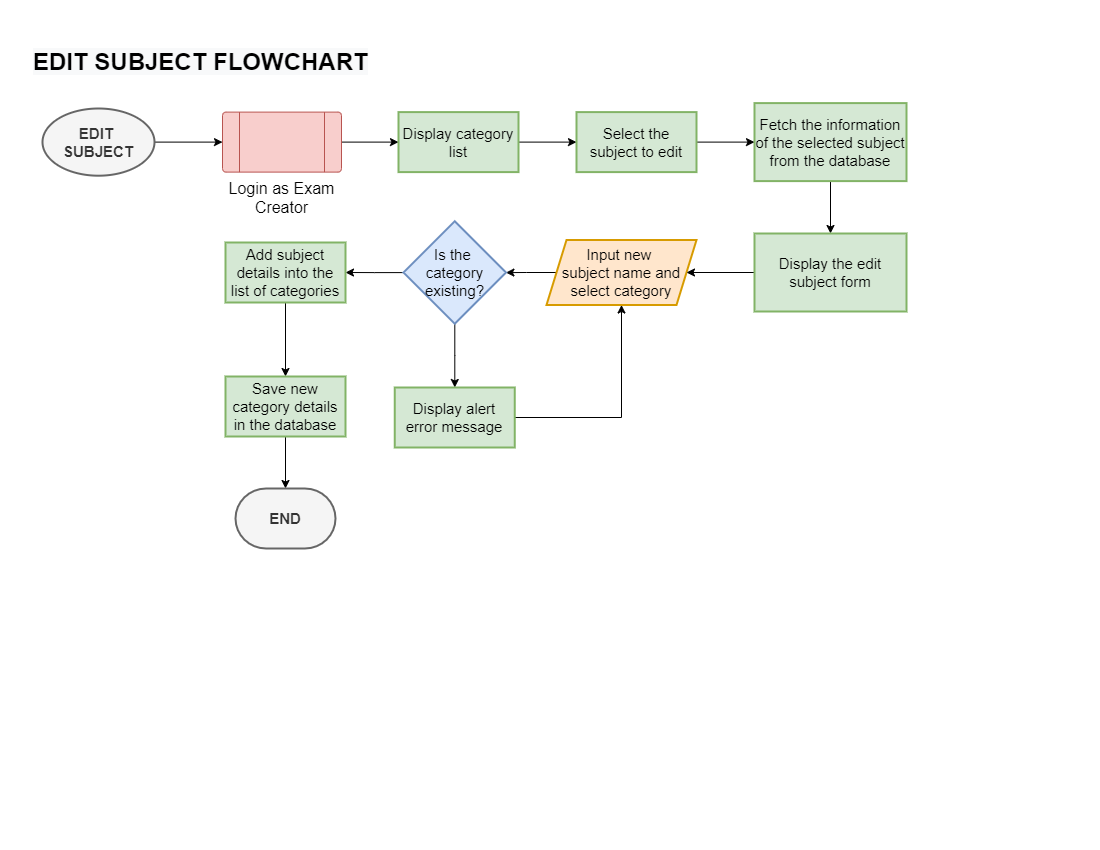
Above: Gallardo/OnlineExam/online exam flowcharts/exam creator/Online exam flowchart-EDIT SUBJECT FLOWCHART.drawio.png in walteribloguintoledo/PUP2022 (draw.io), before the change. Source tidied: cells renumbered, new cells last; positions are measured from the earlier drawing's top-left corner, leaving out a move shared by most shapes. Source of this version:
```xml
<mxGraphModel>
  <root>
    <mxCell id="0" />
    <mxCell id="1" parent="0" />
    <mxCell id="2" style="edgeStyle=orthogonalEdgeStyle;rounded=0;jettySize=auto;html=1;fontSize=16;" parent="1" edge="1" source="3" target="5">
      <mxGeometry relative="1" as="geometry" />
    </mxCell>
    <mxCell id="3" value="&lt;b&gt;EDIT &lt;br&gt;SUBJECT&lt;/b&gt;" style="strokeWidth=2;html=1;shape=mxgraph.flowchart.start_1;whiteSpace=wrap;fontSize=15;fillColor=#f5f5f5;fontColor=#333333;strokeColor=#666666;" parent="1" vertex="1">
      <mxGeometry x="11" y="67" width="112" height="67.2" as="geometry" />
    </mxCell>
    <mxCell id="4" style="edgeStyle=orthogonalEdgeStyle;rounded=0;jettySize=auto;html=1;fontSize=16;" parent="1" edge="1" source="5" target="8">
      <mxGeometry relative="1" as="geometry" />
    </mxCell>
    <mxCell id="5" value="&lt;font style=&quot;font-size: 16px;&quot;&gt;Login as Exam Creator&lt;/font&gt;" style="verticalLabelPosition=bottom;verticalAlign=top;html=1;shape=process;whiteSpace=wrap;rounded=1;size=0.14;arcSize=6;fontSize=14;fillColor=#f8cecc;strokeColor=#b85450;" parent="1" vertex="1">
      <mxGeometry x="191" y="70.6" width="119" height="60" as="geometry" />
    </mxCell>
    <mxCell id="6" value="&lt;span style=&quot;color: rgb(0, 0, 0); font-family: Helvetica; font-size: 24px; font-style: normal; font-variant-ligatures: normal; font-variant-caps: normal; font-weight: 700; letter-spacing: normal; orphans: 2; text-align: center; text-indent: 0px; text-transform: none; widows: 2; word-spacing: 0px; -webkit-text-stroke-width: 0px; background-color: rgb(248, 249, 250); text-decoration-thickness: initial; text-decoration-style: initial; text-decoration-color: initial; float: none; display: inline !important;&quot;&gt;EDIT SUBJECT FLOWCHART&lt;/span&gt;" style="text;whiteSpace=wrap;html=1;fontSize=16;" parent="1" vertex="1">
      <mxGeometry width="367" height="36" as="geometry" />
    </mxCell>
    <mxCell id="7" style="edgeStyle=orthogonalEdgeStyle;rounded=0;jettySize=auto;html=1;fontSize=16;entryX=0;entryY=0.5;entryDx=0;entryDy=0;" parent="1" edge="1" source="8" target="10">
      <mxGeometry relative="1" as="geometry" />
    </mxCell>
    <mxCell id="8" value="Display category list" style="whiteSpace=wrap;html=1;fontSize=15;fillColor=#d5e8d4;strokeColor=#82b366;strokeWidth=2;" parent="1" vertex="1">
      <mxGeometry x="367" y="70.6" width="120" height="60" as="geometry" />
    </mxCell>
    <mxCell id="9" style="edgeStyle=orthogonalEdgeStyle;rounded=0;jettySize=auto;html=1;fontSize=16;" parent="1" edge="1" source="10" target="14">
      <mxGeometry relative="1" as="geometry" />
    </mxCell>
    <mxCell id="10" value="Select the subject to edit" style="whiteSpace=wrap;html=1;fontSize=15;fillColor=#d5e8d4;strokeColor=#82b366;strokeWidth=2;" parent="1" vertex="1">
      <mxGeometry x="545" y="70.6" width="120" height="60" as="geometry" />
    </mxCell>
    <mxCell id="11" style="edgeStyle=orthogonalEdgeStyle;rounded=0;jettySize=auto;html=1;fontSize=16;" parent="1" edge="1" source="12" target="19">
      <mxGeometry relative="1" as="geometry" />
    </mxCell>
    <mxCell id="12" value="Input new &lt;br&gt;subject name and select category" style="shape=parallelogram;perimeter=parallelogramPerimeter;whiteSpace=wrap;html=1;fixedSize=1;fontSize=15;fillColor=#ffe6cc;strokeColor=#d79b00;strokeWidth=2;" parent="1" vertex="1">
      <mxGeometry x="515" y="198.5" width="150" height="65" as="geometry" />
    </mxCell>
    <mxCell id="13" style="edgeStyle=orthogonalEdgeStyle;rounded=0;jettySize=auto;html=1;fontSize=16;" parent="1" edge="1" source="14" target="16">
      <mxGeometry relative="1" as="geometry" />
    </mxCell>
    <mxCell id="14" value="Fetch the information of the selected subject from the database" style="whiteSpace=wrap;html=1;fontSize=15;fillColor=#d5e8d4;strokeColor=#82b366;strokeWidth=2;" parent="1" vertex="1">
      <mxGeometry x="723" y="61.6" width="152" height="78" as="geometry" />
    </mxCell>
    <mxCell id="15" style="edgeStyle=orthogonalEdgeStyle;rounded=0;jettySize=auto;html=1;fontSize=16;" parent="1" edge="1" source="16" target="12">
      <mxGeometry relative="1" as="geometry" />
    </mxCell>
    <mxCell id="16" value="Display the edit subject form" style="whiteSpace=wrap;html=1;fontSize=15;fillColor=#d5e8d4;strokeColor=#82b366;strokeWidth=2;" parent="1" vertex="1">
      <mxGeometry x="723" y="192" width="152" height="78" as="geometry" />
    </mxCell>
    <mxCell id="17" style="edgeStyle=orthogonalEdgeStyle;rounded=0;jettySize=auto;html=1;fontSize=16;" parent="1" edge="1" source="19" target="21">
      <mxGeometry relative="1" as="geometry" />
    </mxCell>
    <mxCell id="18" style="edgeStyle=orthogonalEdgeStyle;rounded=0;jettySize=auto;html=1;fontSize=16;" parent="1" edge="1" source="19" target="23">
      <mxGeometry relative="1" as="geometry" />
    </mxCell>
    <mxCell id="19" value="Is the &lt;br&gt;category existing?" style="rhombus;whiteSpace=wrap;html=1;fontSize=15;fillColor=#dae8fc;strokeColor=#6c8ebf;strokeWidth=2;" parent="1" vertex="1">
      <mxGeometry x="372" y="179.8" width="102.5" height="102.5" as="geometry" />
    </mxCell>
    <mxCell id="20" style="edgeStyle=orthogonalEdgeStyle;rounded=0;jettySize=auto;html=1;entryX=0.5;entryY=1;entryDx=0;entryDy=0;fontSize=16;" parent="1" edge="1" source="21" target="12">
      <mxGeometry relative="1" as="geometry" />
    </mxCell>
    <mxCell id="21" value="Display alert error message" style="whiteSpace=wrap;html=1;fontSize=15;fillColor=#d5e8d4;strokeColor=#82b366;strokeWidth=2;" parent="1" vertex="1">
      <mxGeometry x="363.2" y="346" width="120" height="60" as="geometry" />
    </mxCell>
    <mxCell id="22" style="edgeStyle=orthogonalEdgeStyle;rounded=0;jettySize=auto;html=1;fontSize=16;" parent="1" edge="1" source="23" target="25">
      <mxGeometry relative="1" as="geometry" />
    </mxCell>
    <mxCell id="23" value="Add subject details into the list of categories" style="whiteSpace=wrap;html=1;fontSize=15;fillColor=#d5e8d4;strokeColor=#82b366;strokeWidth=2;" parent="1" vertex="1">
      <mxGeometry x="194" y="201" width="120" height="60" as="geometry" />
    </mxCell>
    <mxCell id="24" style="edgeStyle=orthogonalEdgeStyle;rounded=0;jettySize=auto;html=1;fontSize=16;" parent="1" edge="1" source="25" target="26">
      <mxGeometry relative="1" as="geometry" />
    </mxCell>
    <mxCell id="25" value="Save new category details in the database" style="whiteSpace=wrap;html=1;fontSize=15;fillColor=#d5e8d4;strokeColor=#82b366;strokeWidth=2;" parent="1" vertex="1">
      <mxGeometry x="194" y="335" width="120" height="60" as="geometry" />
    </mxCell>
    <mxCell id="26" value="&lt;b&gt;END&lt;/b&gt;" style="strokeWidth=2;html=1;shape=mxgraph.flowchart.terminator;whiteSpace=wrap;fontSize=15;fillColor=#f5f5f5;fontColor=#333333;strokeColor=#666666;" parent="1" vertex="1">
      <mxGeometry x="204" y="447" width="100" height="60" as="geometry" />
    </mxCell>
  </root>
</mxGraphModel>
```
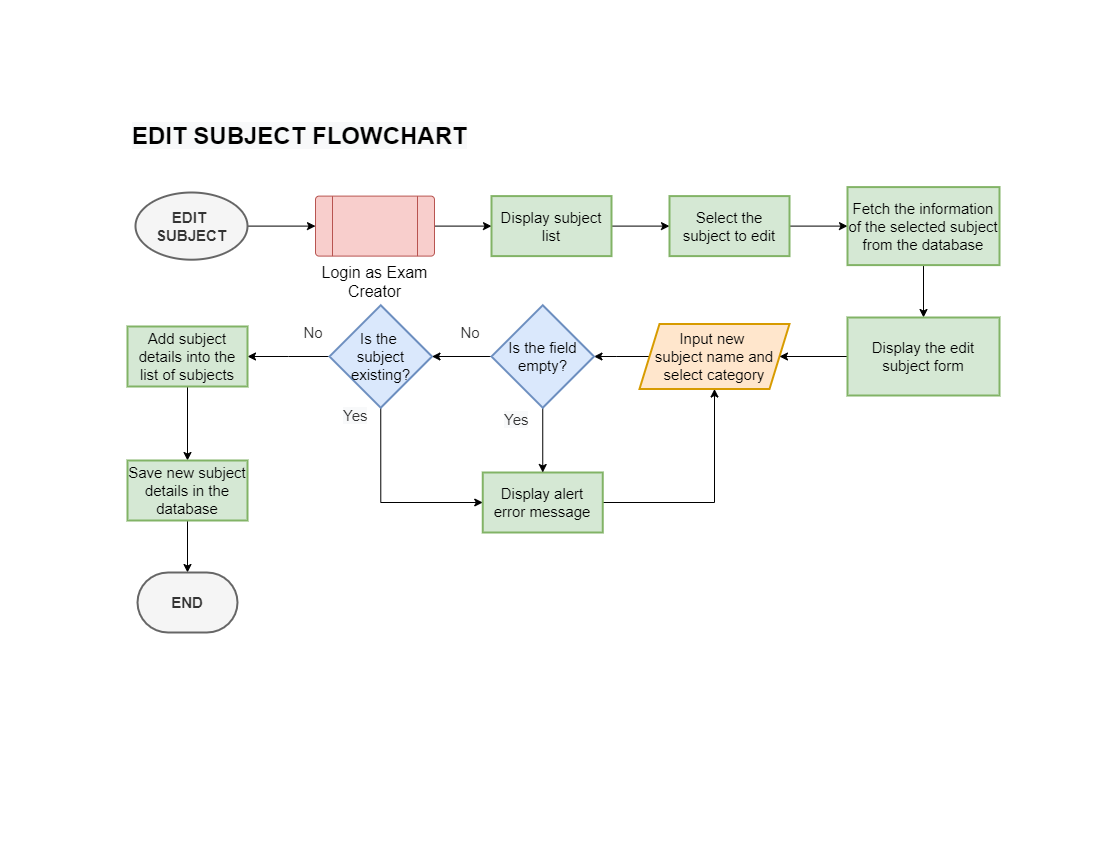
Above is the later version.

What changed in the source:
```diff
@@ -15,12 +15,12 @@
       <mxGeometry x="191" y="70.6" width="119" height="60" as="geometry" />
     </mxCell>
     <mxCell id="6" value="&lt;span style=&quot;color: rgb(0, 0, 0); font-family: Helvetica; font-size: 24px; font-style: normal; font-variant-ligatures: normal; font-variant-caps: normal; font-weight: 700; letter-spacing: normal; orphans: 2; text-align: center; text-indent: 0px; text-transform: none; widows: 2; word-spacing: 0px; -webkit-text-stroke-width: 0px; background-color: rgb(248, 249, 250); text-decoration-thickness: initial; text-decoration-style: initial; text-decoration-color: initial; float: none; display: inline !important;&quot;&gt;EDIT SUBJECT FLOWCHART&lt;/span&gt;" style="text;whiteSpace=wrap;html=1;fontSize=16;" parent="1" vertex="1">
-      <mxGeometry width="367" height="36" as="geometry" />
+      <mxGeometry x="5.5" y="-10" width="367" height="36" as="geometry" />
     </mxCell>
     <mxCell id="7" style="edgeStyle=orthogonalEdgeStyle;rounded=0;jettySize=auto;html=1;fontSize=16;entryX=0;entryY=0.5;entryDx=0;entryDy=0;" parent="1" edge="1" source="8" target="10">
       <mxGeometry relative="1" as="geometry" />
     </mxCell>
-    <mxCell id="8" value="Display category list" style="whiteSpace=wrap;html=1;fontSize=15;fillColor=#d5e8d4;strokeColor=#82b366;strokeWidth=2;" parent="1" vertex="1">
+    <mxCell id="8" value="Display subject list" style="whiteSpace=wrap;html=1;fontSize=15;fillColor=#d5e8d4;strokeColor=#82b366;strokeWidth=2;" parent="1" vertex="1">
       <mxGeometry x="367" y="70.6" width="120" height="60" as="geometry" />
     </mxCell>
     <mxCell id="9" style="edgeStyle=orthogonalEdgeStyle;rounded=0;jettySize=auto;html=1;fontSize=16;" parent="1" edge="1" source="10" target="14">
@@ -29,9 +29,9 @@
     <mxCell id="10" value="Select the subject to edit" style="whiteSpace=wrap;html=1;fontSize=15;fillColor=#d5e8d4;strokeColor=#82b366;strokeWidth=2;" parent="1" vertex="1">
       <mxGeometry x="545" y="70.6" width="120" height="60" as="geometry" />
     </mxCell>
-    <mxCell id="11" style="edgeStyle=orthogonalEdgeStyle;rounded=0;jettySize=auto;html=1;fontSize=16;" parent="1" edge="1" source="12" target="19">
-      <mxGeometry relative="1" as="geometry" />
-    </mxCell>
+    <mxCell id="27" style="edgeStyle=orthogonalEdgeStyle;rounded=0;jettySize=auto;html=1;" parent="1" edge="1" source="12" target="30">
+      <mxGeometry relative="1" as="geometry" />
+    </mxCell>
     <mxCell id="12" value="Input new &lt;br&gt;subject name and select category" style="shape=parallelogram;perimeter=parallelogramPerimeter;whiteSpace=wrap;html=1;fixedSize=1;fontSize=15;fillColor=#ffe6cc;strokeColor=#d79b00;strokeWidth=2;" parent="1" vertex="1">
       <mxGeometry x="515" y="198.5" width="150" height="65" as="geometry" />
     </mxCell>
@@ -47,35 +47,56 @@
     <mxCell id="16" value="Display the edit subject form" style="whiteSpace=wrap;html=1;fontSize=15;fillColor=#d5e8d4;strokeColor=#82b366;strokeWidth=2;" parent="1" vertex="1">
       <mxGeometry x="723" y="192" width="152" height="78" as="geometry" />
     </mxCell>
+    <mxCell id="18" style="edgeStyle=orthogonalEdgeStyle;rounded=0;jettySize=auto;html=1;" parent="1" edge="1" source="19" target="23">
+      <mxGeometry relative="1" as="geometry" />
+    </mxCell>
-    <mxCell id="17" style="edgeStyle=orthogonalEdgeStyle;rounded=0;jettySize=auto;html=1;fontSize=16;" parent="1" edge="1" source="19" target="21">
+    <mxCell id="17" style="edgeStyle=orthogonalEdgeStyle;rounded=0;jettySize=auto;html=1;exitX=0.5;exitY=1;exitDx=0;exitDy=0;entryX=0;entryY=0.5;entryDx=0;entryDy=0;" parent="1" edge="1" source="19" target="21">
       <mxGeometry relative="1" as="geometry" />
     </mxCell>
-    <mxCell id="18" style="edgeStyle=orthogonalEdgeStyle;rounded=0;jettySize=auto;html=1;fontSize=16;" parent="1" edge="1" source="19" target="23">
-      <mxGeometry relative="1" as="geometry" />
-    </mxCell>
-    <mxCell id="19" value="Is the &lt;br&gt;category existing?" style="rhombus;whiteSpace=wrap;html=1;fontSize=15;fillColor=#dae8fc;strokeColor=#6c8ebf;strokeWidth=2;" parent="1" vertex="1">
-      <mxGeometry x="372" y="179.8" width="102.5" height="102.5" as="geometry" />
+    <mxCell id="19" value="Is the &lt;br&gt;subject existing?" style="rhombus;whiteSpace=wrap;html=1;fontSize=15;fillColor=#dae8fc;strokeColor=#6c8ebf;strokeWidth=2;" parent="1" vertex="1">
+      <mxGeometry x="205" y="179.8" width="102.5" height="102.5" as="geometry" />
     </mxCell>
     <mxCell id="20" style="edgeStyle=orthogonalEdgeStyle;rounded=0;jettySize=auto;html=1;entryX=0.5;entryY=1;entryDx=0;entryDy=0;fontSize=16;" parent="1" edge="1" source="21" target="12">
       <mxGeometry relative="1" as="geometry" />
     </mxCell>
     <mxCell id="21" value="Display alert error message" style="whiteSpace=wrap;html=1;fontSize=15;fillColor=#d5e8d4;strokeColor=#82b366;strokeWidth=2;" parent="1" vertex="1">
-      <mxGeometry x="363.2" y="346" width="120" height="60" as="geometry" />
+      <mxGeometry x="358.2" y="347" width="120" height="60" as="geometry" />
     </mxCell>
     <mxCell id="22" style="edgeStyle=orthogonalEdgeStyle;rounded=0;jettySize=auto;html=1;fontSize=16;" parent="1" edge="1" source="23" target="25">
       <mxGeometry relative="1" as="geometry" />
     </mxCell>
-    <mxCell id="23" value="Add subject details into the list of categories" style="whiteSpace=wrap;html=1;fontSize=15;fillColor=#d5e8d4;strokeColor=#82b366;strokeWidth=2;" parent="1" vertex="1">
-      <mxGeometry x="194" y="201" width="120" height="60" as="geometry" />
+    <mxCell id="23" value="Add subject details into the list of subjects" style="whiteSpace=wrap;html=1;fontSize=15;fillColor=#d5e8d4;strokeColor=#82b366;strokeWidth=2;" parent="1" vertex="1">
+      <mxGeometry x="3" y="201" width="120" height="60" as="geometry" />
     </mxCell>
     <mxCell id="24" style="edgeStyle=orthogonalEdgeStyle;rounded=0;jettySize=auto;html=1;fontSize=16;" parent="1" edge="1" source="25" target="26">
       <mxGeometry relative="1" as="geometry" />
     </mxCell>
-    <mxCell id="25" value="Save new category details in the database" style="whiteSpace=wrap;html=1;fontSize=15;fillColor=#d5e8d4;strokeColor=#82b366;strokeWidth=2;" parent="1" vertex="1">
-      <mxGeometry x="194" y="335" width="120" height="60" as="geometry" />
+    <mxCell id="25" value="Save new subject details in the database" style="whiteSpace=wrap;html=1;fontSize=15;fillColor=#d5e8d4;strokeColor=#82b366;strokeWidth=2;" parent="1" vertex="1">
+      <mxGeometry x="3" y="335" width="120" height="60" as="geometry" />
     </mxCell>
     <mxCell id="26" value="&lt;b&gt;END&lt;/b&gt;" style="strokeWidth=2;html=1;shape=mxgraph.flowchart.terminator;whiteSpace=wrap;fontSize=15;fillColor=#f5f5f5;fontColor=#333333;strokeColor=#666666;" parent="1" vertex="1">
-      <mxGeometry x="204" y="447" width="100" height="60" as="geometry" />
+      <mxGeometry x="13" y="447" width="100" height="60" as="geometry" />
     </mxCell>
+    <mxCell id="28" style="edgeStyle=orthogonalEdgeStyle;rounded=0;jettySize=auto;html=1;" parent="1" edge="1" source="30" target="19">
+      <mxGeometry relative="1" as="geometry" />
+    </mxCell>
+    <mxCell id="29" style="edgeStyle=orthogonalEdgeStyle;rounded=0;jettySize=auto;html=1;exitX=0.5;exitY=1;exitDx=0;exitDy=0;entryX=0.5;entryY=0;entryDx=0;entryDy=0;" parent="1" edge="1" source="30" target="21">
+      <mxGeometry relative="1" as="geometry" />
+    </mxCell>
+    <mxCell id="30" value="&lt;span style=&quot;&quot;&gt;Is the field empty?&lt;/span&gt;" style="rhombus;whiteSpace=wrap;html=1;fontSize=15;fillColor=#dae8fc;strokeColor=#6c8ebf;strokeWidth=2;" parent="1" vertex="1">
+      <mxGeometry x="367" y="179.8" width="102.5" height="102.5" as="geometry" />
+    </mxCell>
+    <mxCell id="31" value="&lt;span style=&quot;color: rgb(51, 51, 51); font-family: Helvetica; font-size: 15px; font-style: normal; font-variant-ligatures: normal; font-variant-caps: normal; font-weight: 400; letter-spacing: normal; orphans: 2; text-align: center; text-indent: 0px; text-transform: none; widows: 2; word-spacing: 0px; -webkit-text-stroke-width: 0px; background-color: rgb(248, 249, 250); text-decoration-thickness: initial; text-decoration-style: initial; text-decoration-color: initial; float: none; display: inline !important;&quot;&gt;Yes&lt;/span&gt;" style="text;whiteSpace=wrap;html=1;fontSize=15;" parent="1" vertex="1">
+      <mxGeometry x="217" y="275" width="32" height="32" as="geometry" />
+    </mxCell>
+    <mxCell id="32" value="&lt;div style=&quot;&quot;&gt;&lt;span style=&quot;background-color: initial;&quot;&gt;&lt;font color=&quot;#333333&quot;&gt;No&lt;/font&gt;&lt;/span&gt;&lt;/div&gt;" style="text;whiteSpace=wrap;html=1;fontSize=15;align=center;" parent="1" vertex="1">
+      <mxGeometry x="173" y="192" width="32" height="32" as="geometry" />
+    </mxCell>
+    <mxCell id="33" value="&lt;span style=&quot;color: rgb(51, 51, 51); font-family: Helvetica; font-size: 15px; font-style: normal; font-variant-ligatures: normal; font-variant-caps: normal; font-weight: 400; letter-spacing: normal; orphans: 2; text-align: center; text-indent: 0px; text-transform: none; widows: 2; word-spacing: 0px; -webkit-text-stroke-width: 0px; background-color: rgb(248, 249, 250); text-decoration-thickness: initial; text-decoration-style: initial; text-decoration-color: initial; float: none; display: inline !important;&quot;&gt;Yes&lt;/span&gt;" style="text;whiteSpace=wrap;html=1;fontSize=15;" parent="1" vertex="1">
+      <mxGeometry x="378" y="279" width="32" height="32" as="geometry" />
+    </mxCell>
+    <mxCell id="34" value="&lt;div style=&quot;&quot;&gt;&lt;span style=&quot;background-color: initial;&quot;&gt;&lt;font color=&quot;#333333&quot;&gt;No&lt;/font&gt;&lt;/span&gt;&lt;/div&gt;" style="text;whiteSpace=wrap;html=1;fontSize=15;align=center;" parent="1" vertex="1">
+      <mxGeometry x="330" y="192" width="32" height="32" as="geometry" />
+    </mxCell>
   </root>
 </mxGraphModel>
```
